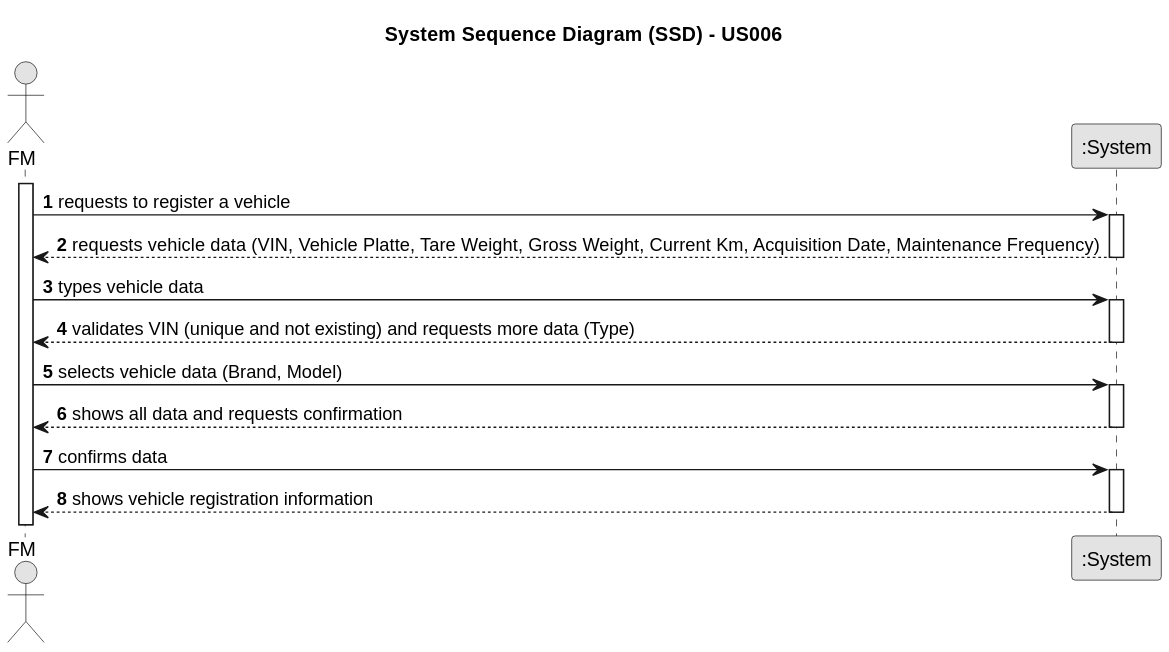
ricardomm7/leaflink keeps this PlantUML diagram as docs/sprintA/us006/01.requirements-engineering/svg/us006-system-sequence-diagram-alternative-one.svg. Above is the earlier version.
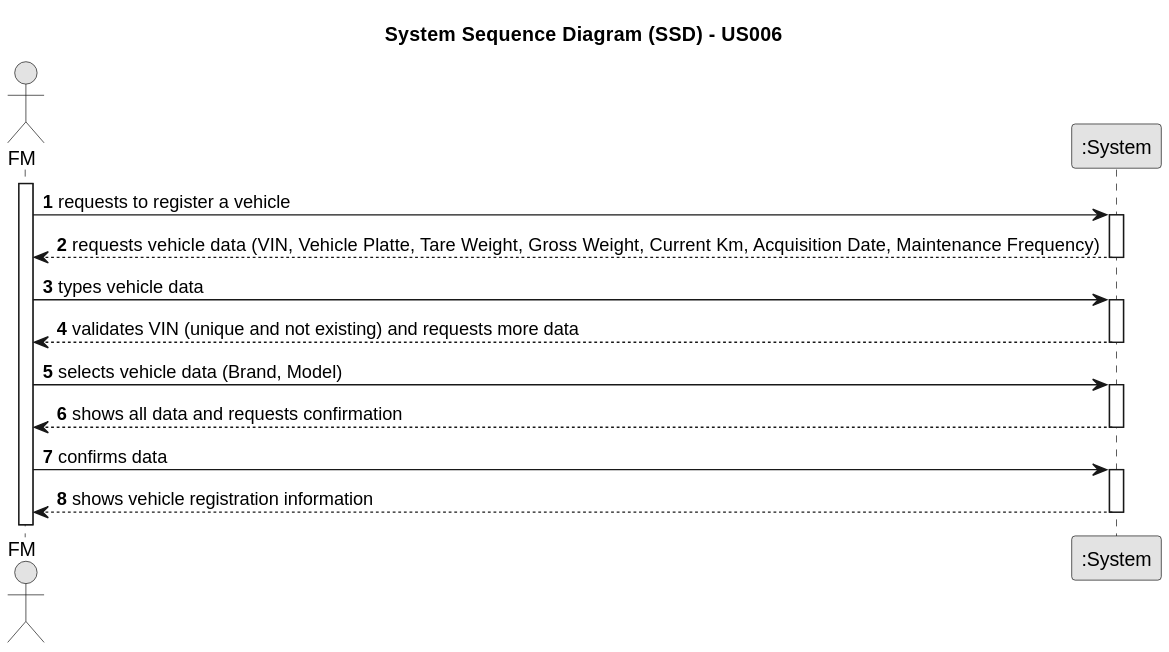
After the change.

What changed in the source:
```diff
@@ -21,7 +21,7 @@
     FM -> System : types vehicle data
     activate System
 
-        System --> FM : validates VIN (unique and not existing) and requests more data (Type)
+        System --> FM : validates VIN (unique and not existing) and requests more data
     deactivate System
 
     FM -> System : selects vehicle data (Brand, Model)
```
